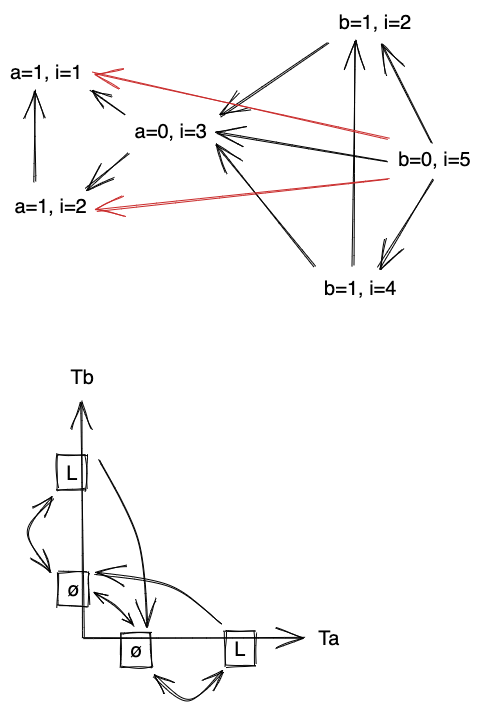
The Excalidraw diagram src/list/paxos-2pc/x.excalidraw.png in drmingdrmer/consensus-essence, before a commit. Source tidied: one line per element, renumbered; positions are measured from the earlier drawing's top-left corner, leaving out a move shared by most shapes.
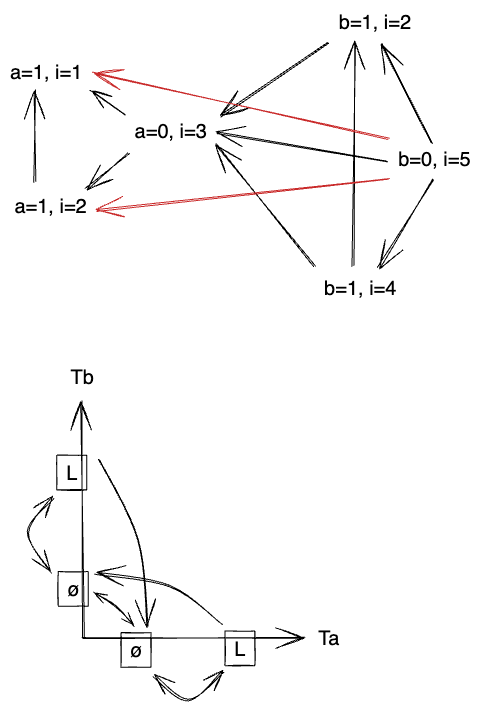
Above is the later version.

Diff of the diagram source:
```diff
@@ -1,24 +1,24 @@
-{"id": 0, "type": "text", "text": "a=1, i=1", "strokeColor": "#000000", "strokeWidth": 1, "roughness": 1, "fontSize": 20, "fontFamily": 2, "x": 0, "y": 50, "width": 74, "height": 23}
+{"id": 0, "type": "text", "text": "a=1, i=1", "strokeColor": "#000000", "strokeWidth": 1, "roughness": 1, "fontSize": 20, "fontFamily": 2, "x": 0, "y": 50, "width": 72, "height": 23}
-{"id": 1, "type": "text", "text": "b=1, i=2", "strokeColor": "#000000", "strokeWidth": 1, "roughness": 1, "fontSize": 20, "fontFamily": 2, "x": 329, "y": 0, "width": 74, "height": 23}
+{"id": 1, "type": "text", "text": "b=1, i=2", "strokeColor": "#000000", "strokeWidth": 1, "roughness": 1, "fontSize": 20, "fontFamily": 2, "x": 329, "y": 0, "width": 72, "height": 23}
-{"id": 2, "type": "text", "text": "b=0, i=5", "strokeColor": "#000000", "strokeWidth": 1, "roughness": 1, "fontSize": 20, "fontFamily": 2, "x": 388, "y": 137, "width": 74, "height": 23}
+{"id": 2, "type": "text", "text": "b=0, i=5", "strokeColor": "#000000", "strokeWidth": 1, "roughness": 1, "fontSize": 20, "fontFamily": 2, "x": 388, "y": 137, "width": 72, "height": 23}
-{"id": 3, "type": "text", "text": "b=1, i=4", "strokeColor": "#000000", "strokeWidth": 1, "roughness": 1, "fontSize": 20, "fontFamily": 2, "x": 314, "y": 266, "width": 74, "height": 23}
+{"id": 3, "type": "text", "text": "b=1, i=4", "strokeColor": "#000000", "strokeWidth": 1, "roughness": 1, "fontSize": 20, "fontFamily": 2, "x": 314, "y": 266, "width": 72, "height": 23}
-{"id": 4, "type": "text", "text": "a=1, i=2", "strokeColor": "#000000", "strokeWidth": 1, "roughness": 1, "fontSize": 20, "fontFamily": 2, "x": 4, "y": 184, "width": 74, "height": 23}
+{"id": 4, "type": "text", "text": "a=1, i=2", "strokeColor": "#000000", "strokeWidth": 1, "roughness": 1, "fontSize": 20, "fontFamily": 2, "x": 4, "y": 184, "width": 72, "height": 23}
-{"id": 5, "type": "text", "text": "a=0, i=3", "strokeColor": "#000000", "strokeWidth": 1, "roughness": 1, "fontSize": 20, "fontFamily": 2, "x": 125, "y": 109, "width": 74, "height": 23}
+{"id": 5, "type": "text", "text": "a=0, i=3", "strokeColor": "#000000", "strokeWidth": 1, "roughness": 1, "fontSize": 20, "fontFamily": 2, "x": 125, "y": 109, "width": 72, "height": 23}
-{"id": 6, "type": "arrow", "strokeColor": "#000000", "strokeWidth": 1, "roughness": 1, "endArrowhead": "arrow", "from": 5, "to": 0, "x": 114, "y": 105, "width": 34, "height": 24, "points": [[0, 0], [-34, -24]]}
+{"id": 6, "type": "arrow", "strokeColor": "#000000", "strokeWidth": 1, "roughness": 1, "endArrowhead": "arrow", "round": true, "from": 5, "to": 0, "x": 114, "y": 105, "width": 34, "height": 24, "points": [[0, 0], [-34, -24]]}
-{"id": 7, "type": "arrow", "strokeColor": "#000000", "strokeWidth": 1, "roughness": 1, "endArrowhead": "arrow", "from": 4, "to": 0, "x": 24, "y": 172, "width": 2, "height": 92, "points": [[0, 0], [2, -92]]}
+{"id": 7, "type": "arrow", "strokeColor": "#000000", "strokeWidth": 1, "roughness": 1, "endArrowhead": "arrow", "round": true, "from": 4, "to": 0, "x": 24, "y": 172, "width": 2, "height": 92, "points": [[0, 0], [2, -92]]}
-{"id": 8, "type": "arrow", "strokeColor": "#000000", "strokeWidth": 1, "roughness": 1, "endArrowhead": "arrow", "from": 5, "to": 4, "x": 120, "y": 143, "width": 43, "height": 36, "points": [[0, 0], [-43, 36]]}
+{"id": 8, "type": "arrow", "strokeColor": "#000000", "strokeWidth": 1, "roughness": 1, "endArrowhead": "arrow", "round": true, "from": 5, "to": 4, "x": 120, "y": 143, "width": 43, "height": 36, "points": [[0, 0], [-43, 36]]}
-{"id": 9, "type": "arrow", "strokeColor": "#000000", "strokeWidth": 1, "roughness": 1, "endArrowhead": "arrow", "from": 2, "to": 1, "x": 422, "y": 132, "width": 51, "height": 98, "points": [[0, 0], [-51, -98]]}
+{"id": 9, "type": "arrow", "strokeColor": "#000000", "strokeWidth": 1, "roughness": 1, "endArrowhead": "arrow", "round": true, "from": 2, "to": 1, "x": 422, "y": 132, "width": 51, "height": 98, "points": [[0, 0], [-51, -98]]}
-{"id": 10, "type": "arrow", "strokeColor": "#000000", "strokeWidth": 1, "roughness": 1, "endArrowhead": "arrow", "from": 2, "to": 3, "x": 423, "y": 169, "width": 54, "height": 88, "points": [[0, 0], [-54, 88]]}
+{"id": 10, "type": "arrow", "strokeColor": "#000000", "strokeWidth": 1, "roughness": 1, "endArrowhead": "arrow", "round": true, "from": 2, "to": 3, "x": 423, "y": 169, "width": 54, "height": 88, "points": [[0, 0], [-54, 88]]}
-{"id": 11, "type": "arrow", "strokeColor": "#000000", "strokeWidth": 1, "roughness": 1, "endArrowhead": "arrow", "from": 3, "to": 5, "x": 305, "y": 256, "width": 99, "height": 122, "points": [[0, 0], [-99, -122]]}
+{"id": 11, "type": "arrow", "strokeColor": "#000000", "strokeWidth": 1, "roughness": 1, "endArrowhead": "arrow", "round": true, "from": 3, "to": 5, "x": 305, "y": 256, "width": 99, "height": 122, "points": [[0, 0], [-99, -122]]}
-{"id": 12, "type": "arrow", "strokeColor": "#000000", "strokeWidth": 1, "roughness": 1, "endArrowhead": "arrow", "from": 1, "to": 5, "x": 319, "y": 32, "width": 109, "height": 74, "points": [[0, 0], [-109, 74]]}
+{"id": 12, "type": "arrow", "strokeColor": "#000000", "strokeWidth": 1, "roughness": 1, "endArrowhead": "arrow", "round": true, "from": 1, "to": 5, "x": 319, "y": 32, "width": 109, "height": 74, "points": [[0, 0], [-109, 74]]}
-{"id": 13, "type": "arrow", "strokeColor": "#000000", "strokeWidth": 1, "roughness": 1, "endArrowhead": "arrow", "from": 2, "to": 5, "x": 377, "y": 151, "width": 170, "height": 28, "points": [[0, 0], [-170, -28]]}
+{"id": 13, "type": "arrow", "strokeColor": "#000000", "strokeWidth": 1, "roughness": 1, "endArrowhead": "arrow", "round": true, "from": 2, "to": 5, "x": 377, "y": 151, "width": 170, "height": 28, "points": [[0, 0], [-170, -28]]}
-{"id": 14, "type": "arrow", "strokeColor": "#000000", "strokeWidth": 1, "roughness": 1, "endArrowhead": "arrow", "from": 3, "to": 1, "x": 342, "y": 256, "width": 3, "height": 224, "points": [[0, 0], [3, -224]]}
+{"id": 14, "type": "arrow", "strokeColor": "#000000", "strokeWidth": 1, "roughness": 1, "endArrowhead": "arrow", "round": true, "from": 3, "to": 1, "x": 342, "y": 256, "width": 3, "height": 224, "points": [[0, 0], [3, -224]]}
-{"id": 15, "type": "arrow", "strokeColor": "#c92a2a", "strokeWidth": 1, "roughness": 1, "endArrowhead": "arrow", "from": 2, "to": 4, "x": 379, "y": 168, "width": 292, "height": 32, "points": [[0, 0], [-292, 32]]}
+{"id": 15, "type": "arrow", "strokeColor": "#c92a2a", "strokeWidth": 1, "roughness": 1, "endArrowhead": "arrow", "round": true, "from": 2, "to": 4, "x": 379, "y": 168, "width": 292, "height": 32, "points": [[0, 0], [-292, 32]]}
-{"id": 16, "type": "arrow", "strokeColor": "#c92a2a", "strokeWidth": 1, "roughness": 1, "endArrowhead": "arrow", "from": 2, "to": 0, "x": 378, "y": 130, "width": 296, "height": 68, "points": [[0, 0], [-296, -68]]}
+{"id": 16, "type": "arrow", "strokeColor": "#c92a2a", "strokeWidth": 1, "roughness": 1, "endArrowhead": "arrow", "round": true, "from": 2, "to": 0, "x": 378, "y": 130, "width": 296, "height": 68, "points": [[0, 0], [-296, -68]]}
-{"id": 17, "type": "arrow", "strokeColor": "#000000", "strokeWidth": 1, "roughness": 1, "endArrowhead": "arrow", "to": 19, "x": 73, "y": 628, "width": 222, "height": 0, "points": [[0, 0], [222, 0]]}
+{"id": 17, "type": "arrow", "strokeColor": "#000000", "strokeWidth": 1, "roughness": 1, "endArrowhead": "arrow", "round": true, "to": 19, "x": 73, "y": 628, "width": 222, "height": 0, "points": [[0, 0], [222, 0]]}
-{"id": 18, "type": "arrow", "strokeColor": "#000000", "strokeWidth": 1, "roughness": 1, "endArrowhead": "arrow", "to": 20, "x": 73, "y": 628, "width": 1, "height": 236, "points": [[0, 0], [-1, -236]]}
+{"id": 18, "type": "arrow", "strokeColor": "#000000", "strokeWidth": 1, "roughness": 1, "endArrowhead": "arrow", "round": true, "to": 20, "x": 73, "y": 628, "width": 1, "height": 236, "points": [[0, 0], [-1, -236]]}
-{"id": 19, "type": "text", "text": "Ta", "strokeColor": "#000000", "strokeWidth": 1, "roughness": 1, "fontSize": 20, "fontFamily": 2, "x": 308, "y": 616, "width": 23, "height": 23}
+{"id": 19, "type": "text", "text": "Ta", "strokeColor": "#000000", "strokeWidth": 1, "roughness": 1, "fontSize": 20, "fontFamily": 2, "x": 308, "y": 616, "width": 21, "height": 23}
-{"id": 20, "type": "text", "text": "Tb", "strokeColor": "#000000", "strokeWidth": 1, "roughness": 1, "fontSize": 20, "fontFamily": 2, "x": 60, "y": 355, "width": 25, "height": 23}
+{"id": 20, "type": "text", "text": "Tb", "strokeColor": "#000000", "strokeWidth": 1, "roughness": 1, "fontSize": 20, "fontFamily": 2, "x": 60, "y": 355, "width": 23, "height": 23}
 {"id": 21, "type": "rectangle", "strokeColor": "#000000", "strokeWidth": 1, "roughness": 1, "x": 47, "y": 445, "width": 30, "height": 35}
 {"id": 22, "type": "rectangle", "strokeColor": "#000000", "strokeWidth": 1, "roughness": 1, "x": 215, "y": 621, "width": 30, "height": 35}
 {"id": 23, "type": "rectangle", "strokeColor": "#000000", "strokeWidth": 1, "roughness": 1, "x": 48, "y": 561, "width": 30, "height": 35}
@@ -27,8 +27,8 @@
 {"id": 26, "type": "text", "text": "L", "strokeColor": "#000000", "strokeWidth": 1, "roughness": 1, "fontSize": 20, "fontFamily": 2, "textAlign": "center", "verticalAlign": "middle", "inside": 22, "x": 223, "y": 627, "width": 13, "height": 23}
 {"id": 27, "type": "text", "text": "ø", "strokeColor": "#000000", "strokeWidth": 1, "roughness": 1, "fontSize": 20, "fontFamily": 2, "textAlign": "center", "verticalAlign": "middle", "inside": 23, "x": 56, "y": 567, "width": 14, "height": 23}
 {"id": 28, "type": "text", "text": "ø", "strokeColor": "#000000", "strokeWidth": 1, "roughness": 1, "fontSize": 20, "fontFamily": 2, "textAlign": "center", "verticalAlign": "middle", "inside": 24, "x": 119, "y": 628, "width": 14, "height": 23}
-{"id": 29, "type": "arrow", "strokeColor": "#000000", "strokeWidth": 1, "roughness": 1, "startArrowhead": "arrow", "endArrowhead": "arrow", "from": 21, "to": 23, "x": 44, "y": 487, "width": 24, "height": 75, "points": [[0, 0], [-24, 36], [-2, 75]]}
+{"id": 29, "type": "arrow", "strokeColor": "#000000", "strokeWidth": 1, "roughness": 1, "startArrowhead": "arrow", "endArrowhead": "arrow", "round": true, "from": 21, "to": 23, "x": 44, "y": 487, "width": 24, "height": 75, "points": [[0, 0], [-24, 36], [-2, 75]]}
-{"id": 30, "type": "arrow", "strokeColor": "#000000", "strokeWidth": 1, "roughness": 1, "startArrowhead": "arrow", "endArrowhead": "arrow", "from": 24, "to": 22, "x": 144, "y": 665, "width": 70, "height": 27, "points": [[0, 0], [35, 24], [70, -4]]}
+{"id": 30, "type": "arrow", "strokeColor": "#000000", "strokeWidth": 1, "roughness": 1, "startArrowhead": "arrow", "endArrowhead": "arrow", "round": true, "from": 24, "to": 22, "x": 144, "y": 665, "width": 70, "height": 27, "points": [[0, 0], [35, 24], [70, -4]]}
-{"id": 31, "type": "arrow", "strokeColor": "#000000", "strokeWidth": 1, "roughness": 1, "startArrowhead": "arrow", "endArrowhead": "arrow", "from": 23, "to": 24, "x": 84, "y": 583, "width": 41, "height": 33, "points": [[0, 0], [22, 15], [41, 33]]}
+{"id": 31, "type": "arrow", "strokeColor": "#000000", "strokeWidth": 1, "roughness": 1, "startArrowhead": "arrow", "endArrowhead": "arrow", "round": true, "from": 23, "to": 24, "x": 84, "y": 583, "width": 41, "height": 33, "points": [[0, 0], [22, 15], [41, 33]]}
-{"id": 32, "type": "arrow", "strokeColor": "#000000", "strokeWidth": 1, "roughness": 1, "endArrowhead": "arrow", "from": 21, "to": 24, "x": 89, "y": 450, "width": 50, "height": 167, "points": [[0, 0], [38, 80], [50, 167]]}
+{"id": 32, "type": "arrow", "strokeColor": "#000000", "strokeWidth": 1, "roughness": 1, "endArrowhead": "arrow", "round": true, "from": 21, "to": 24, "x": 89, "y": 450, "width": 50, "height": 167, "points": [[0, 0], [38, 80], [50, 167]]}
-{"id": 33, "type": "arrow", "strokeColor": "#000000", "strokeWidth": 1, "roughness": 1, "endArrowhead": "arrow", "from": 22, "to": 23, "x": 212, "y": 614, "width": 126, "height": 51, "points": [[0, 0], [-51, -38], [-126, -51]]}
+{"id": 33, "type": "arrow", "strokeColor": "#000000", "strokeWidth": 1, "roughness": 1, "endArrowhead": "arrow", "round": true, "from": 22, "to": 23, "x": 212, "y": 614, "width": 126, "height": 51, "points": [[0, 0], [-51, -38], [-126, -51]]}
```
